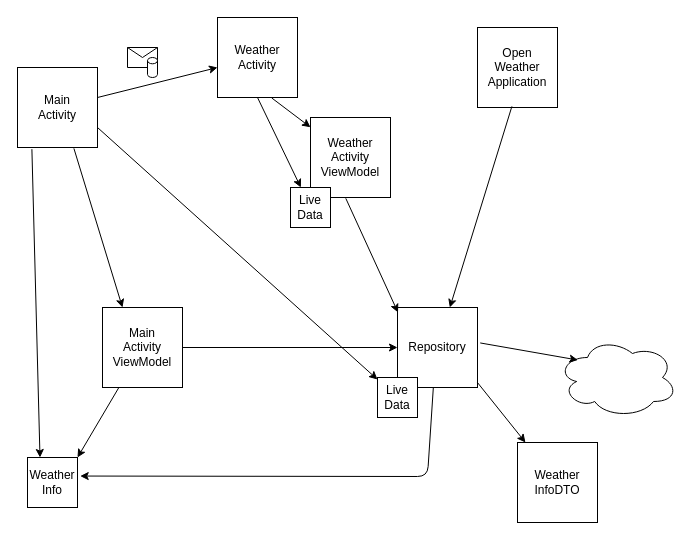
isel-leic-pdm/PDM-2021-LI5XD keeps this draw.io diagram as page "Page-9" (9 of 10) of whiteboard-PDM.drawio. Above is the earlier version. Source tidied: cells renumbered, new cells numbered last; positions are measured from the earlier drawing's top-left corner, leaving out a move shared by most shapes. Both pictures are drawn from the tidied source at 100%, with x=0, y=0 at pixel (17, 17).
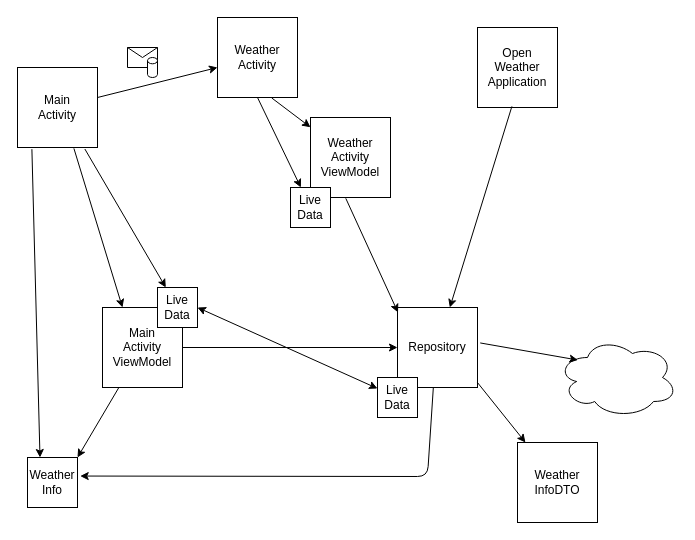
The same diagram, later.

Unchanged cells that the change refers to:
```xml
<mxCell id="2" value="Main&lt;br&gt;Activity" style="whiteSpace=wrap;html=1;" parent="1" vertex="1">
  <mxGeometry y="50" width="80" height="80" as="geometry" />
</mxCell>
<mxCell id="14" value="Live&lt;br&gt;Data" style="rounded=0;whiteSpace=wrap;html=1;" parent="1" vertex="1">
  <mxGeometry x="360" y="360" width="40" height="40" as="geometry" />
</mxCell>
```

What changed in the source:
```diff
@@
-    <mxCell id="13" style="endArrow=classic;html=1;exitX=1;exitY=0.75;exitDx=0;exitDy=0;" parent="1" edge="1" source="2" target="14">
-      <mxGeometry relative="1" as="geometry" />
-    </mxCell>
@@
+    <mxCell id="28" style="endArrow=classic;html=1;exitX=0.842;exitY=1.019;exitDx=0;exitDy=0;exitPerimeter=0;" parent="1" edge="1" source="2" target="29">
+      <mxGeometry relative="1" as="geometry" />
+    </mxCell>
+    <mxCell id="29" value="Live&lt;br&gt;Data" style="rounded=0;whiteSpace=wrap;html=1;" parent="1" vertex="1">
+      <mxGeometry x="140" y="270" width="40" height="40" as="geometry" />
+    </mxCell>
+    <mxCell id="30" style="endArrow=classic;startArrow=classic;html=1;entryX=1;entryY=0.5;entryDx=0;entryDy=0;" parent="1" edge="1" source="14" target="29">
+      <mxGeometry relative="1" as="geometry" />
+    </mxCell>
```
